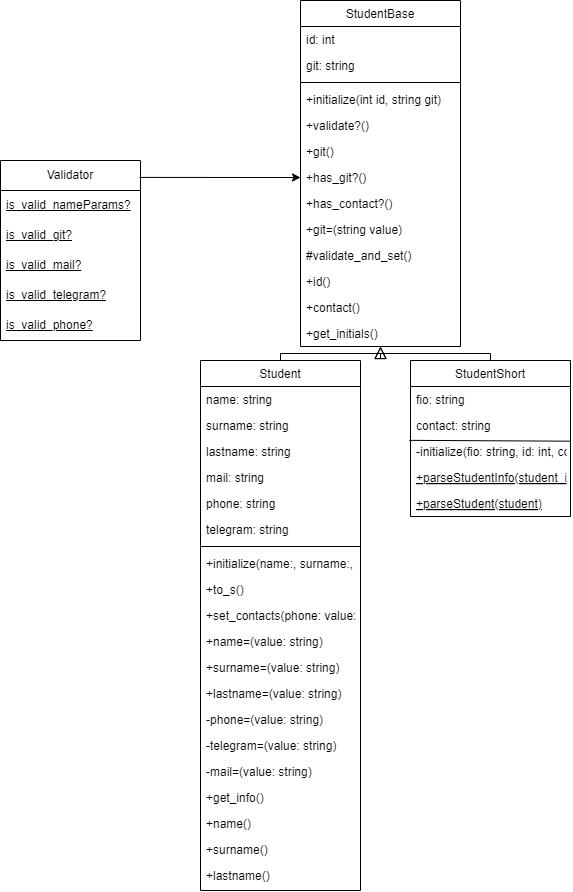
The draw.io diagram classDiagramm.png in MxVndI/Design-Patterns, before a commit. Source tidied: cells renumbered, new cells last; positions are measured from the earlier drawing's top-left corner, leaving out a move shared by most shapes.
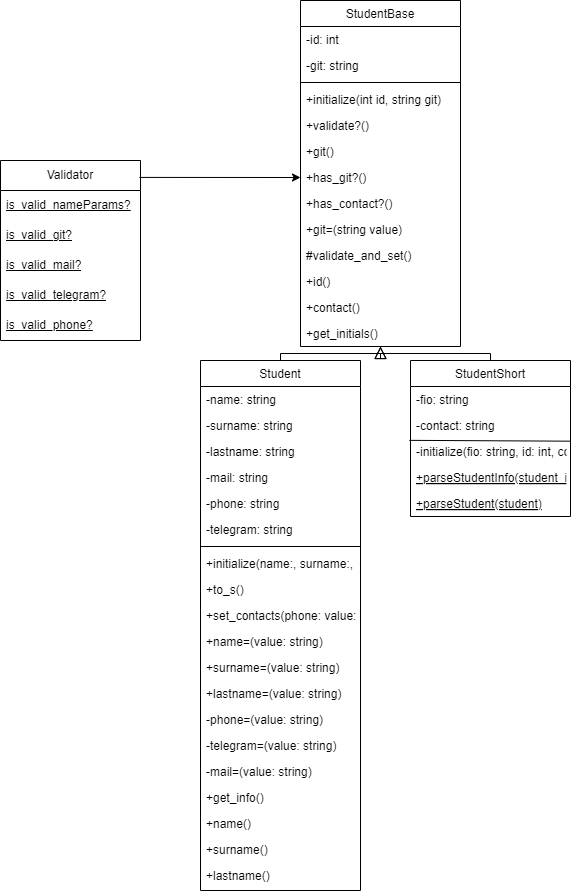
The same file after the commit.

Commit message:
upd diagramm

Diff of the diagram source:
```diff
@@ -5,10 +5,10 @@
     <mxCell id="2" value="StudentBase" style="swimlane;fontStyle=0;align=center;verticalAlign=top;horizontal=1;startSize=26;rounded=0;shadow=0;strokeWidth=1;" parent="1" vertex="1">
       <mxGeometry x="300" width="160" height="346" as="geometry" />
     </mxCell>
-    <mxCell id="3" value="id: int&#10;" style="text;align=left;verticalAlign=top;spacingLeft=4;spacingRight=4;overflow=hidden;" parent="2" vertex="1">
+    <mxCell id="3" value="-id: int&#10;" style="text;align=left;verticalAlign=top;spacingLeft=4;spacingRight=4;overflow=hidden;" parent="2" vertex="1">
       <mxGeometry y="26" width="160" height="26" as="geometry" />
     </mxCell>
-    <mxCell id="4" value="git: string" style="text;align=left;verticalAlign=top;spacingLeft=4;spacingRight=4;overflow=hidden;rounded=0;shadow=0;html=0;" parent="2" vertex="1">
+    <mxCell id="4" value="-git: string" style="text;align=left;verticalAlign=top;spacingLeft=4;spacingRight=4;overflow=hidden;rounded=0;shadow=0;html=0;" parent="2" vertex="1">
       <mxGeometry y="52" width="160" height="26" as="geometry" />
     </mxCell>
     <mxCell id="5" style="line;html=1;strokeWidth=1;align=left;verticalAlign=middle;spacingTop=-1;spacingLeft=3;spacingRight=3;labelPosition=right;" parent="2" vertex="1">
@@ -47,22 +47,22 @@
     <mxCell id="16" value="Student" style="swimlane;fontStyle=0;align=center;verticalAlign=top;horizontal=1;startSize=26;rounded=0;shadow=0;strokeWidth=1;" parent="1" vertex="1">
       <mxGeometry x="200" y="360" width="160" height="530" as="geometry" />
     </mxCell>
-    <mxCell id="17" value="name: string" style="text;align=left;verticalAlign=top;spacingLeft=4;spacingRight=4;overflow=hidden;" parent="16" vertex="1">
+    <mxCell id="17" value="-name: string" style="text;align=left;verticalAlign=top;spacingLeft=4;spacingRight=4;overflow=hidden;" parent="16" vertex="1">
       <mxGeometry y="26" width="160" height="26" as="geometry" />
     </mxCell>
-    <mxCell id="18" value="surname: string" style="text;align=left;verticalAlign=top;spacingLeft=4;spacingRight=4;overflow=hidden;rounded=0;shadow=0;html=0;" parent="16" vertex="1">
+    <mxCell id="18" value="-surname: string" style="text;align=left;verticalAlign=top;spacingLeft=4;spacingRight=4;overflow=hidden;rounded=0;shadow=0;html=0;" parent="16" vertex="1">
       <mxGeometry y="52" width="160" height="26" as="geometry" />
     </mxCell>
-    <mxCell id="19" value="lastname: string" style="text;align=left;verticalAlign=top;spacingLeft=4;spacingRight=4;overflow=hidden;rounded=0;shadow=0;html=0;" parent="16" vertex="1">
+    <mxCell id="19" value="-lastname: string" style="text;align=left;verticalAlign=top;spacingLeft=4;spacingRight=4;overflow=hidden;rounded=0;shadow=0;html=0;" parent="16" vertex="1">
       <mxGeometry y="78" width="160" height="26" as="geometry" />
     </mxCell>
-    <mxCell id="20" value="mail: string" style="text;align=left;verticalAlign=top;spacingLeft=4;spacingRight=4;overflow=hidden;rounded=0;shadow=0;html=0;" parent="16" vertex="1">
+    <mxCell id="20" value="-mail: string" style="text;align=left;verticalAlign=top;spacingLeft=4;spacingRight=4;overflow=hidden;rounded=0;shadow=0;html=0;" parent="16" vertex="1">
       <mxGeometry y="104" width="160" height="26" as="geometry" />
     </mxCell>
-    <mxCell id="21" value="phone: string" style="text;align=left;verticalAlign=top;spacingLeft=4;spacingRight=4;overflow=hidden;rounded=0;shadow=0;html=0;" parent="16" vertex="1">
+    <mxCell id="21" value="-phone: string" style="text;align=left;verticalAlign=top;spacingLeft=4;spacingRight=4;overflow=hidden;rounded=0;shadow=0;html=0;" parent="16" vertex="1">
       <mxGeometry y="130" width="160" height="26" as="geometry" />
     </mxCell>
-    <mxCell id="22" value="telegram: string" style="text;align=left;verticalAlign=top;spacingLeft=4;spacingRight=4;overflow=hidden;rounded=0;shadow=0;html=0;" parent="16" vertex="1">
+    <mxCell id="22" value="-telegram: string" style="text;align=left;verticalAlign=top;spacingLeft=4;spacingRight=4;overflow=hidden;rounded=0;shadow=0;html=0;" parent="16" vertex="1">
       <mxGeometry y="156" width="160" height="26" as="geometry" />
     </mxCell>
     <mxCell id="23" style="line;html=1;strokeWidth=1;align=left;verticalAlign=middle;spacingTop=-1;spacingLeft=3;spacingRight=3;labelPosition=right;" parent="16" vertex="1">
@@ -113,10 +113,10 @@
     <mxCell id="38" value="StudentShort" style="swimlane;fontStyle=0;align=center;verticalAlign=top;horizontal=1;startSize=26;rounded=0;shadow=0;strokeWidth=1;" parent="1" vertex="1">
       <mxGeometry x="410" y="360" width="160" height="156" as="geometry" />
     </mxCell>
-    <mxCell id="39" value="fio: string" style="text;align=left;verticalAlign=top;spacingLeft=4;spacingRight=4;overflow=hidden;" parent="38" vertex="1">
+    <mxCell id="39" value="-fio: string" style="text;align=left;verticalAlign=top;spacingLeft=4;spacingRight=4;overflow=hidden;" parent="38" vertex="1">
       <mxGeometry y="26" width="160" height="26" as="geometry" />
     </mxCell>
-    <mxCell id="40" value="contact: string" style="text;align=left;verticalAlign=top;spacingLeft=4;spacingRight=4;overflow=hidden;" parent="38" vertex="1">
+    <mxCell id="40" value="-contact: string" style="text;align=left;verticalAlign=top;spacingLeft=4;spacingRight=4;overflow=hidden;" parent="38" vertex="1">
       <mxGeometry y="52" width="160" height="26" as="geometry" />
     </mxCell>
     <mxCell id="41" value="-initialize(fio: string, id: int, contact: string, git; string)" style="text;align=left;verticalAlign=top;spacingLeft=4;spacingRight=4;overflow=hidden;points=[[0,0.5],[1,0.5]];portConstraint=eastwest;" parent="38" vertex="1">
```
